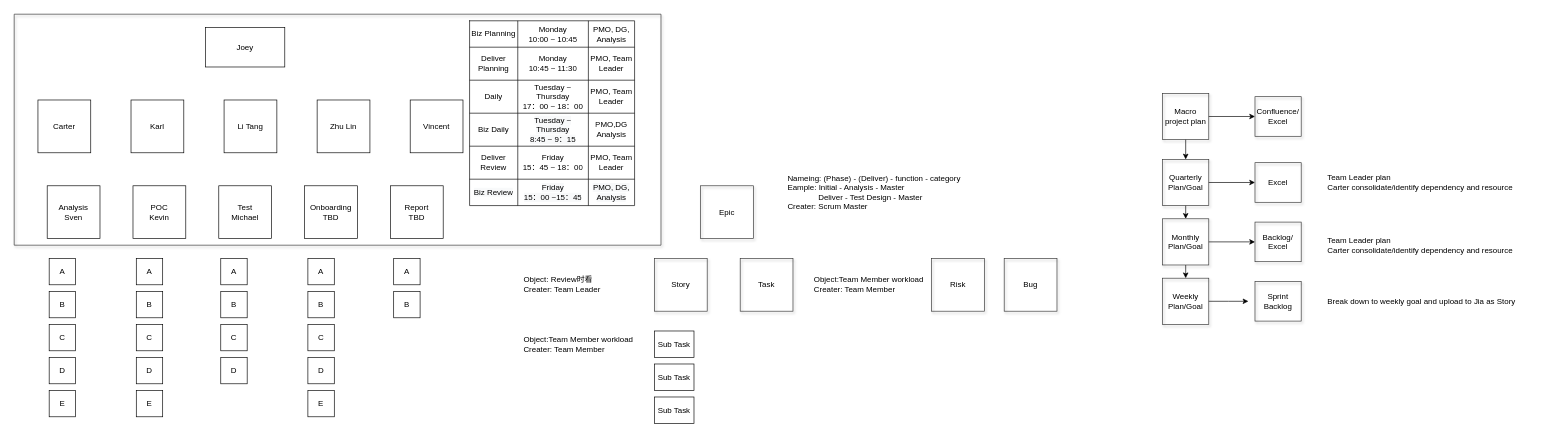
This is Communication Plan and Jira Usage.drawio from VincentCHCH/smyfonyLearn, a draw.io file, before an edit. Source tidied: cells renumbered, new cells numbered last; positions are measured from the earlier drawing's top-left corner, leaving out a move shared by most shapes. Both pictures are drawn from the tidied source at 66%, with x=0, y=0 at pixel (14, 14).
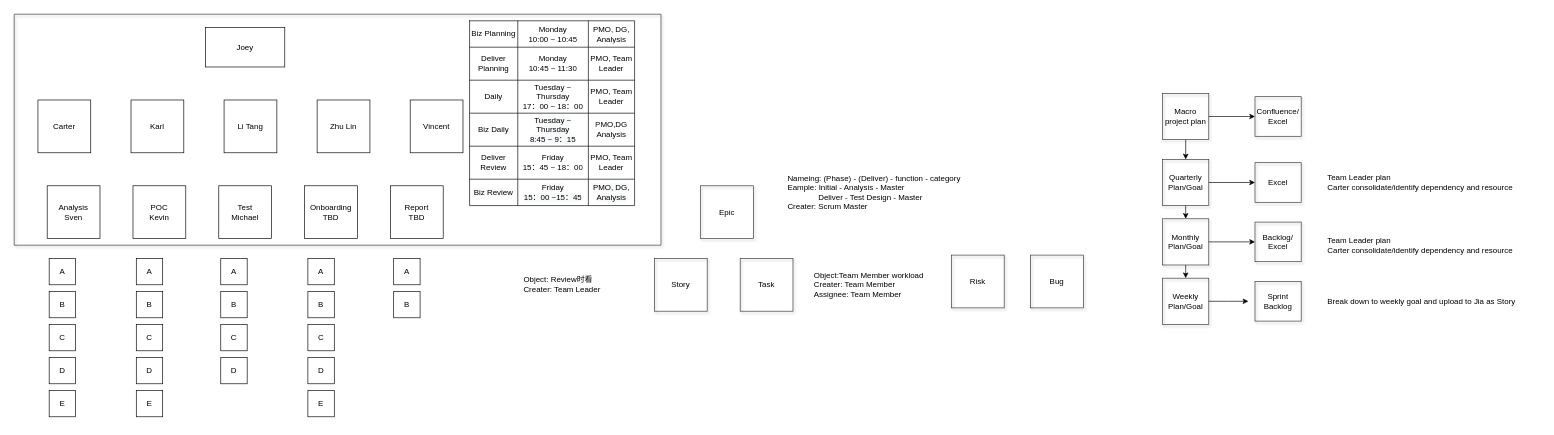
The same page after the edit.

What changed in the source:
```diff
@@
-    <mxCell id="62" value="Sub Task" style="rounded=0;whiteSpace=wrap;html=1;" parent="1" vertex="1">
-      <mxGeometry x="970" y="480" width="60" height="40" as="geometry" />
-    </mxCell>
-    <mxCell id="63" value="Sub Task" style="rounded=0;whiteSpace=wrap;html=1;" parent="1" vertex="1">
-      <mxGeometry x="970" y="530" width="60" height="40" as="geometry" />
-    </mxCell>
-    <mxCell id="64" value="Sub Task" style="rounded=0;whiteSpace=wrap;html=1;" parent="1" vertex="1">
-      <mxGeometry x="970" y="580" width="60" height="40" as="geometry" />
-    </mxCell>
@@
-    <mxCell id="67" value="Object:Team Member workload&lt;br&gt;Creater: Team Member" style="text;html=1;strokeColor=none;fillColor=none;align=left;verticalAlign=middle;whiteSpace=wrap;rounded=0;shadow=1;" parent="1" vertex="1">
-      <mxGeometry x="770" y="490" width="180" height="20" as="geometry" />
-    </mxCell>
     <mxCell id="68" value="Risk" style="whiteSpace=wrap;html=1;shadow=1;strokeColor=#333333;fillColor=none;" parent="1" vertex="1">
-      <mxGeometry x="1390" y="370" width="80" height="80" as="geometry" />
+      <mxGeometry x="1420" y="365" width="80" height="80" as="geometry" />
     </mxCell>
     <mxCell id="69" value="Bug" style="whiteSpace=wrap;html=1;shadow=1;strokeColor=#333333;fillColor=none;" parent="1" vertex="1">
-      <mxGeometry x="1500" y="370" width="80" height="80" as="geometry" />
+      <mxGeometry x="1540" y="365" width="80" height="80" as="geometry" />
     </mxCell>
-    <mxCell id="70" value="Object:Team Member workload&lt;br&gt;Creater: Team Member" style="text;html=1;strokeColor=none;fillColor=none;align=left;verticalAlign=middle;whiteSpace=wrap;rounded=0;shadow=1;" parent="1" vertex="1">
+    <mxCell id="70" value="Object:Team Member workload&lt;br&gt;Creater: Team Member&lt;br&gt;Assignee: Team Member" style="text;html=1;strokeColor=none;fillColor=none;align=left;verticalAlign=middle;whiteSpace=wrap;rounded=0;shadow=1;" parent="1" vertex="1">
       <mxGeometry x="1210" y="400" width="170" height="20" as="geometry" />
     </mxCell>
```
